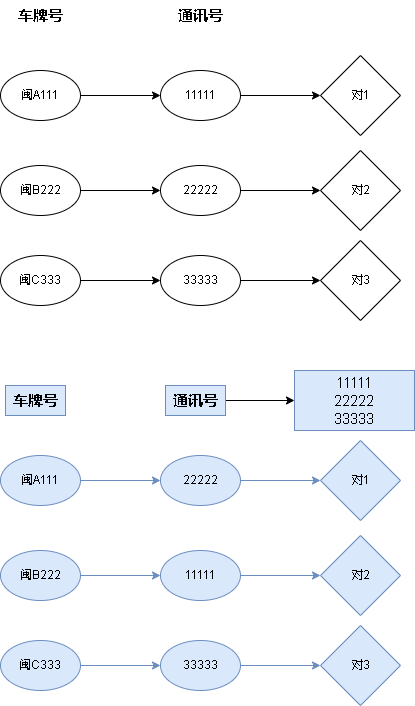
This is 车辆加载.drawio.png from xktder/draw, a draw.io export, as it was before one commit. Source tidied: cells renumbered, new cells last; positions are measured from the earlier drawing's top-left corner, leaving out a move shared by most shapes.
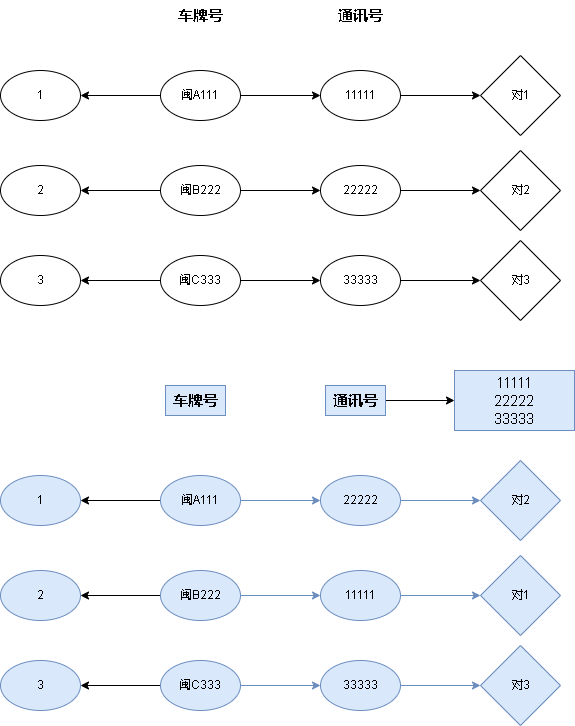
The same file after the commit.

Commit message:
更新车辆加载.drawio.png

Diff of the diagram source:
```diff
@@ -5,6 +5,9 @@
     <mxCell id="2" style="edgeStyle=orthogonalEdgeStyle;rounded=0;jettySize=auto;html=1;" parent="1" edge="1" source="3" target="5">
       <mxGeometry relative="1" as="geometry" />
     </mxCell>
+    <mxCell id="38" style="edgeStyle=orthogonalEdgeStyle;rounded=0;jettySize=auto;html=1;fontSize=15;" parent="1" edge="1" source="3" target="44">
+      <mxGeometry relative="1" as="geometry" />
+    </mxCell>
     <mxCell id="3" value="闽A111" style="ellipse;whiteSpace=wrap;html=1;" parent="1" vertex="1">
       <mxGeometry y="70" width="80" height="50" as="geometry" />
     </mxCell>
@@ -17,6 +20,9 @@
     <mxCell id="6" style="edgeStyle=orthogonalEdgeStyle;rounded=0;jettySize=auto;html=1;" parent="1" edge="1" source="7" target="9">
       <mxGeometry relative="1" as="geometry" />
     </mxCell>
+    <mxCell id="39" style="edgeStyle=orthogonalEdgeStyle;rounded=0;jettySize=auto;html=1;fontSize=15;" parent="1" edge="1" source="7" target="45">
+      <mxGeometry relative="1" as="geometry" />
+    </mxCell>
     <mxCell id="7" value="闽B222" style="ellipse;whiteSpace=wrap;html=1;" parent="1" vertex="1">
       <mxGeometry y="165" width="80" height="50" as="geometry" />
     </mxCell>
@@ -29,6 +35,9 @@
     <mxCell id="10" style="edgeStyle=orthogonalEdgeStyle;rounded=0;jettySize=auto;html=1;" parent="1" edge="1" source="11" target="13">
       <mxGeometry relative="1" as="geometry" />
     </mxCell>
+    <mxCell id="40" style="edgeStyle=orthogonalEdgeStyle;rounded=0;jettySize=auto;html=1;fontSize=15;" parent="1" edge="1" source="11" target="46">
+      <mxGeometry relative="1" as="geometry" />
+    </mxCell>
     <mxCell id="11" value="闽C333" style="ellipse;whiteSpace=wrap;html=1;" parent="1" vertex="1">
       <mxGeometry y="255" width="80" height="50" as="geometry" />
     </mxCell>
@@ -56,38 +65,47 @@
     <mxCell id="19" style="edgeStyle=orthogonalEdgeStyle;rounded=0;jettySize=auto;html=1;fillColor=#dae8fc;strokeColor=#6c8ebf;" parent="1" edge="1" source="20" target="22">
       <mxGeometry relative="1" as="geometry" />
     </mxCell>
+    <mxCell id="41" style="edgeStyle=orthogonalEdgeStyle;rounded=0;jettySize=auto;html=1;fontSize=15;" parent="1" edge="1" source="20" target="47">
+      <mxGeometry relative="1" as="geometry" />
+    </mxCell>
     <mxCell id="20" value="闽A111" style="ellipse;whiteSpace=wrap;html=1;fillColor=#dae8fc;strokeColor=#6c8ebf;" parent="1" vertex="1">
-      <mxGeometry y="455" width="80" height="50" as="geometry" />
+      <mxGeometry y="475" width="80" height="50" as="geometry" />
     </mxCell>
     <mxCell id="21" style="edgeStyle=orthogonalEdgeStyle;rounded=0;jettySize=auto;html=1;fontSize=15;fillColor=#dae8fc;strokeColor=#6c8ebf;" parent="1" edge="1" source="22" target="34">
       <mxGeometry relative="1" as="geometry" />
     </mxCell>
     <mxCell id="22" value="22222" style="ellipse;whiteSpace=wrap;html=1;fillColor=#dae8fc;strokeColor=#6c8ebf;" parent="1" vertex="1">
-      <mxGeometry x="160" y="455" width="80" height="50" as="geometry" />
+      <mxGeometry x="160" y="475" width="80" height="50" as="geometry" />
     </mxCell>
     <mxCell id="23" style="edgeStyle=orthogonalEdgeStyle;rounded=0;jettySize=auto;html=1;fillColor=#dae8fc;strokeColor=#6c8ebf;" parent="1" edge="1" source="24" target="26">
       <mxGeometry relative="1" as="geometry" />
     </mxCell>
+    <mxCell id="42" style="edgeStyle=orthogonalEdgeStyle;rounded=0;jettySize=auto;html=1;fontSize=15;" parent="1" edge="1" source="24" target="48">
+      <mxGeometry relative="1" as="geometry" />
+    </mxCell>
     <mxCell id="24" value="闽B222" style="ellipse;whiteSpace=wrap;html=1;fillColor=#dae8fc;strokeColor=#6c8ebf;" parent="1" vertex="1">
-      <mxGeometry y="550" width="80" height="50" as="geometry" />
+      <mxGeometry y="570" width="80" height="50" as="geometry" />
     </mxCell>
     <mxCell id="25" style="edgeStyle=orthogonalEdgeStyle;rounded=0;jettySize=auto;html=1;fontSize=15;fillColor=#dae8fc;strokeColor=#6c8ebf;" parent="1" edge="1" source="26" target="35">
       <mxGeometry relative="1" as="geometry" />
     </mxCell>
     <mxCell id="26" value="11111" style="ellipse;whiteSpace=wrap;html=1;fillColor=#dae8fc;strokeColor=#6c8ebf;" parent="1" vertex="1">
-      <mxGeometry x="160" y="550" width="80" height="50" as="geometry" />
+      <mxGeometry x="160" y="570" width="80" height="50" as="geometry" />
     </mxCell>
     <mxCell id="27" style="edgeStyle=orthogonalEdgeStyle;rounded=0;jettySize=auto;html=1;fillColor=#dae8fc;strokeColor=#6c8ebf;" parent="1" edge="1" source="28" target="30">
       <mxGeometry relative="1" as="geometry" />
     </mxCell>
+    <mxCell id="43" style="edgeStyle=orthogonalEdgeStyle;rounded=0;jettySize=auto;html=1;fontSize=15;" parent="1" edge="1" source="28" target="49">
+      <mxGeometry relative="1" as="geometry" />
+    </mxCell>
     <mxCell id="28" value="闽C333" style="ellipse;whiteSpace=wrap;html=1;fillColor=#dae8fc;strokeColor=#6c8ebf;" parent="1" vertex="1">
-      <mxGeometry y="640" width="80" height="50" as="geometry" />
+      <mxGeometry y="660" width="80" height="50" as="geometry" />
     </mxCell>
     <mxCell id="29" style="edgeStyle=orthogonalEdgeStyle;rounded=0;jettySize=auto;html=1;fontSize=15;fillColor=#dae8fc;strokeColor=#6c8ebf;" parent="1" edge="1" source="30" target="36">
       <mxGeometry relative="1" as="geometry" />
     </mxCell>
     <mxCell id="30" value="33333" style="ellipse;whiteSpace=wrap;html=1;fillColor=#dae8fc;strokeColor=#6c8ebf;" parent="1" vertex="1">
-      <mxGeometry x="160" y="640" width="80" height="50" as="geometry" />
+      <mxGeometry x="160" y="660" width="80" height="50" as="geometry" />
     </mxCell>
     <mxCell id="31" value="车牌号" style="text;html=1;strokeColor=#6c8ebf;fillColor=#dae8fc;align=center;verticalAlign=middle;whiteSpace=wrap;rounded=0;fontStyle=1;fontSize=15;" parent="1" vertex="1">
       <mxGeometry x="5" y="385" width="60" height="30" as="geometry" />
@@ -98,17 +116,35 @@
     <mxCell id="33" value="通讯号" style="text;html=1;strokeColor=#6c8ebf;fillColor=#dae8fc;align=center;verticalAlign=middle;whiteSpace=wrap;rounded=0;fontStyle=1;fontSize=15;" parent="1" vertex="1">
       <mxGeometry x="165" y="385" width="60" height="30" as="geometry" />
     </mxCell>
-    <mxCell id="34" value="对1" style="rhombus;whiteSpace=wrap;html=1;fillColor=#dae8fc;strokeColor=#6c8ebf;" parent="1" vertex="1">
-      <mxGeometry x="320" y="440" width="80" height="80" as="geometry" />
+    <mxCell id="34" value="对2" style="rhombus;whiteSpace=wrap;html=1;fillColor=#dae8fc;strokeColor=#6c8ebf;" parent="1" vertex="1">
+      <mxGeometry x="320" y="460" width="80" height="80" as="geometry" />
     </mxCell>
-    <mxCell id="35" value="对2" style="rhombus;whiteSpace=wrap;html=1;fillColor=#dae8fc;strokeColor=#6c8ebf;" parent="1" vertex="1">
-      <mxGeometry x="320" y="535" width="80" height="80" as="geometry" />
+    <mxCell id="35" value="对1" style="rhombus;whiteSpace=wrap;html=1;fillColor=#dae8fc;strokeColor=#6c8ebf;" parent="1" vertex="1">
+      <mxGeometry x="320" y="555" width="80" height="80" as="geometry" />
     </mxCell>
     <mxCell id="36" value="对3" style="rhombus;whiteSpace=wrap;html=1;fillColor=#dae8fc;strokeColor=#6c8ebf;" parent="1" vertex="1">
-      <mxGeometry x="320" y="625" width="80" height="80" as="geometry" />
+      <mxGeometry x="320" y="645" width="80" height="80" as="geometry" />
     </mxCell>
     <mxCell id="37" value="&lt;span style=&quot;font-weight: normal;&quot;&gt;11111&lt;br&gt;22222&lt;br&gt;33333&lt;/span&gt;" style="whiteSpace=wrap;html=1;fontSize=15;fillColor=#dae8fc;strokeColor=#6c8ebf;gradientColor=none;rounded=0;fontStyle=1;" parent="1" vertex="1">
       <mxGeometry x="294" y="370" width="120" height="60" as="geometry" />
     </mxCell>
+    <mxCell id="44" value="1" style="ellipse;whiteSpace=wrap;html=1;" parent="1" vertex="1">
+      <mxGeometry x="-160" y="70" width="80" height="50" as="geometry" />
+    </mxCell>
+    <mxCell id="45" value="2" style="ellipse;whiteSpace=wrap;html=1;" parent="1" vertex="1">
+      <mxGeometry x="-160" y="165" width="80" height="50" as="geometry" />
+    </mxCell>
+    <mxCell id="46" value="3" style="ellipse;whiteSpace=wrap;html=1;" parent="1" vertex="1">
+      <mxGeometry x="-160" y="255" width="80" height="50" as="geometry" />
+    </mxCell>
+    <mxCell id="47" value="1" style="ellipse;whiteSpace=wrap;html=1;fillColor=#dae8fc;strokeColor=#6c8ebf;" parent="1" vertex="1">
+      <mxGeometry x="-160" y="475" width="80" height="50" as="geometry" />
+    </mxCell>
+    <mxCell id="48" value="2" style="ellipse;whiteSpace=wrap;html=1;fillColor=#dae8fc;strokeColor=#6c8ebf;" parent="1" vertex="1">
+      <mxGeometry x="-160" y="570" width="80" height="50" as="geometry" />
+    </mxCell>
+    <mxCell id="49" value="3" style="ellipse;whiteSpace=wrap;html=1;fillColor=#dae8fc;strokeColor=#6c8ebf;" parent="1" vertex="1">
+      <mxGeometry x="-160" y="660" width="80" height="50" as="geometry" />
+    </mxCell>
   </root>
 </mxGraphModel>
```
